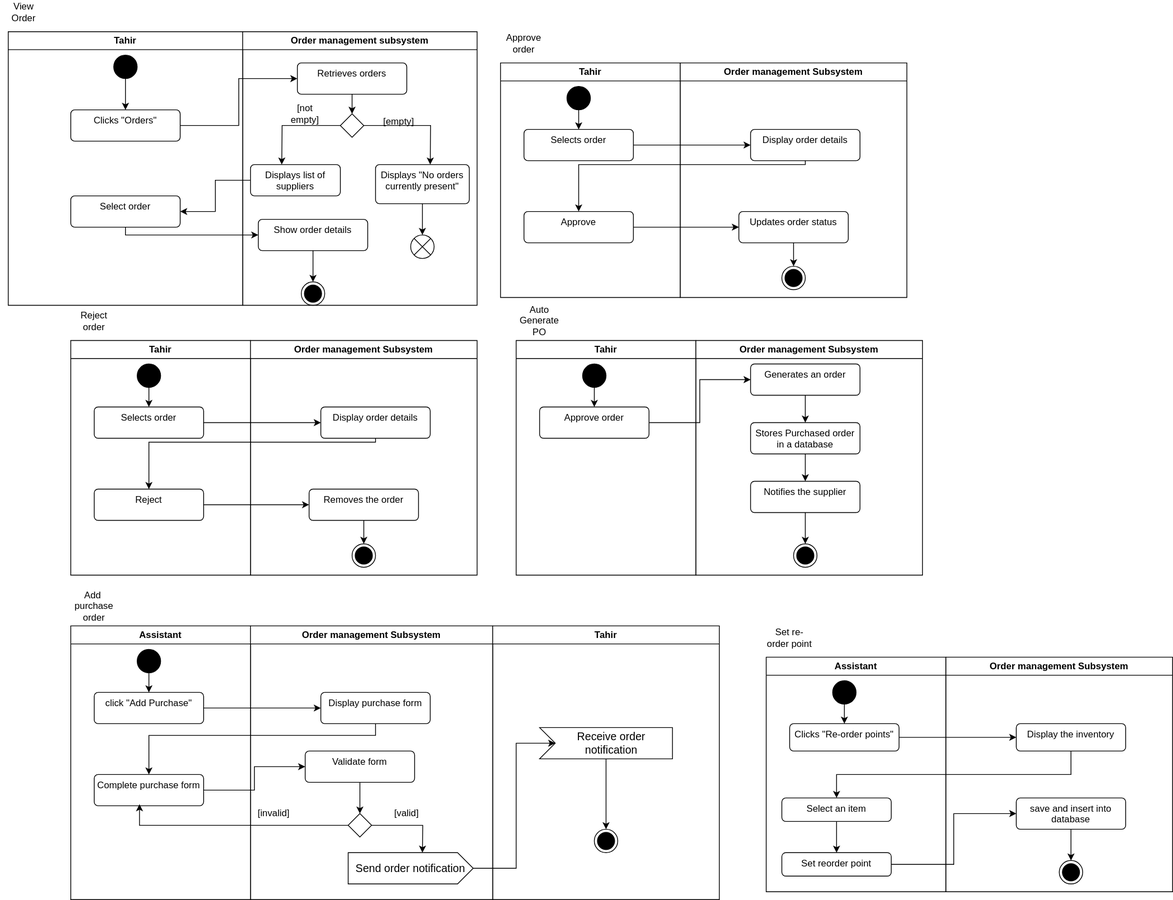
The draw.io diagram order_act.svg in Simamkele88/IFM3_GP, before a commit. Source tidied: cells renumbered, new cells last; positions are measured from the earlier drawing's top-left corner, leaving out a move shared by most shapes.
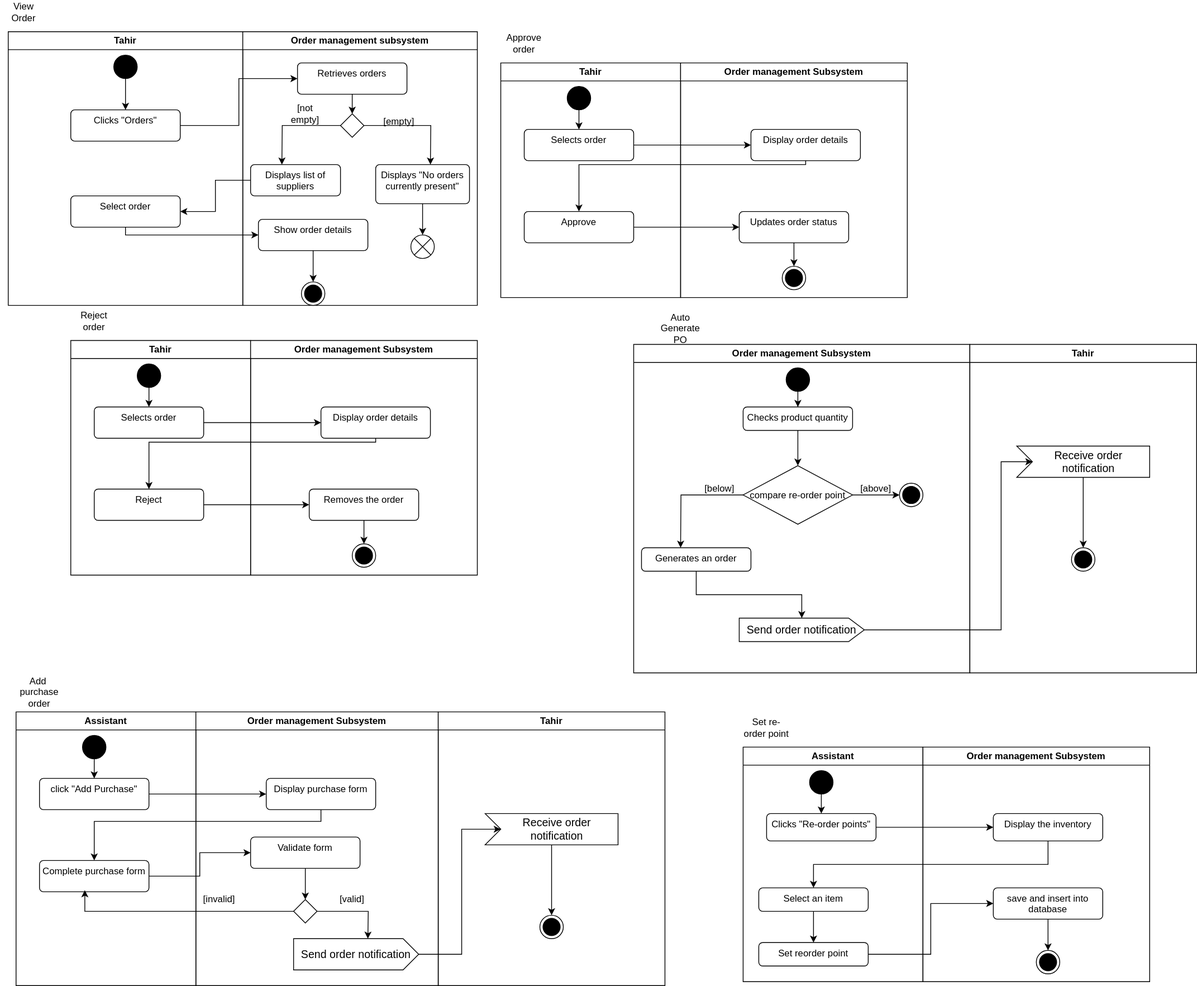
The same file after the commit.

The edit, as a diff of the source:
```diff
@@ -96,50 +96,55 @@
     <mxCell id="29" value="Reject order" style="text;html=1;align=center;verticalAlign=middle;whiteSpace=wrap;rounded=0;" parent="1" vertex="1">
       <mxGeometry x="90" y="395" width="60" height="30" as="geometry" />
     </mxCell>
-    <mxCell id="30" value="Tahir" style="swimlane;whiteSpace=wrap;html=1;" parent="1" vertex="1">
-      <mxGeometry x="660" y="435" width="230" height="300" as="geometry" />
-    </mxCell>
-    <mxCell id="31" style="edgeStyle=orthogonalEdgeStyle;rounded=0;jettySize=auto;html=1;" parent="30" edge="1" source="32" target="33">
-      <mxGeometry relative="1" as="geometry" />
-    </mxCell>
-    <mxCell id="32" style="ellipse;fillColor=strokeColor;html=1;" parent="30" vertex="1">
-      <mxGeometry x="85" y="30" width="30" height="30" as="geometry" />
-    </mxCell>
-    <mxCell id="33" value="Approve order" style="html=1;align=center;verticalAlign=top;rounded=1;absoluteArcSize=1;arcSize=10;dashed=0;whiteSpace=wrap;" parent="30" vertex="1">
-      <mxGeometry x="30" y="85" width="140" height="40" as="geometry" />
-    </mxCell>
     <mxCell id="34" value="Order management Subsystem" style="swimlane;whiteSpace=wrap;html=1;" parent="1" vertex="1">
-      <mxGeometry x="890" y="435" width="290" height="300" as="geometry" />
+      <mxGeometry x="810" y="440" width="430" height="420" as="geometry" />
     </mxCell>
-    <mxCell id="35" style="edgeStyle=orthogonalEdgeStyle;rounded=0;jettySize=auto;html=1;entryX=0.5;entryY=0;entryDx=0;entryDy=0;" parent="34" edge="1" source="36" target="38">
-      <mxGeometry relative="1" as="geometry" />
-    </mxCell>
+    <mxCell id="108" style="edgeStyle=orthogonalEdgeStyle;rounded=0;jettySize=auto;html=1;" parent="34" edge="1" source="36" target="119">
+      <mxGeometry relative="1" as="geometry" />
+    </mxCell>
     <mxCell id="36" value="Generates an order" style="html=1;align=center;verticalAlign=top;rounded=1;absoluteArcSize=1;arcSize=10;dashed=0;whiteSpace=wrap;" parent="34" vertex="1">
-      <mxGeometry x="70" y="30" width="140" height="40" as="geometry" />
+      <mxGeometry x="10" y="260" width="140" height="30" as="geometry" />
     </mxCell>
-    <mxCell id="37" style="edgeStyle=orthogonalEdgeStyle;rounded=0;jettySize=auto;html=1;" parent="34" edge="1" source="38" target="40">
-      <mxGeometry relative="1" as="geometry" />
-    </mxCell>
-    <mxCell id="38" value="Stores Purchased order in a database&lt;span style=&quot;color: rgba(0, 0, 0, 0); font-family: monospace; font-size: 0px; text-align: start; text-wrap-mode: nowrap;&quot;&gt;%3CmxGraphModel%3E%3Croot%3E%3CmxCell%20id%3D%220%22%2F%3E%3CmxCell%20id%3D%221%22%20parent%3D%220%22%2F%3E%3CmxCell%20id%3D%222%22%20value%3D%22Approve%20order%22%20style%3D%22html%3D1%3Balign%3Dcenter%3BverticalAlign%3Dtop%3Brounded%3D1%3BabsoluteArcSize%3D1%3BarcSize%3D10%3Bdashed%3D0%3BwhiteSpace%3Dwrap%3B%22%20vertex%3D%221%22%20parent%3D%221%22%3E%3CmxGeometry%20x%3D%2280%22%20y%3D%221325%22%20width%3D%22140%22%20height%3D%2240%22%20as%3D%22geometry%22%2F%3E%3C%2FmxCell%3E%3C%2Froot%3E%3C%2FmxGraphModel%3E&lt;/span&gt;" style="html=1;align=center;verticalAlign=top;rounded=1;absoluteArcSize=1;arcSize=10;dashed=0;whiteSpace=wrap;" parent="34" vertex="1">
-      <mxGeometry x="70" y="105" width="140" height="40" as="geometry" />
-    </mxCell>
-    <mxCell id="39" style="edgeStyle=orthogonalEdgeStyle;rounded=0;jettySize=auto;html=1;" parent="34" edge="1" source="40" target="41">
-      <mxGeometry relative="1" as="geometry" />
-    </mxCell>
-    <mxCell id="40" value="Notifies the supplier" style="html=1;align=center;verticalAlign=top;rounded=1;absoluteArcSize=1;arcSize=10;dashed=0;whiteSpace=wrap;" parent="34" vertex="1">
-      <mxGeometry x="70" y="180" width="140" height="40" as="geometry" />
-    </mxCell>
-    <mxCell id="41" style="ellipse;html=1;shape=endState;fillColor=strokeColor;" parent="34" vertex="1">
-      <mxGeometry x="125" y="260" width="30" height="30" as="geometry" />
-    </mxCell>
+    <mxCell id="109" style="edgeStyle=orthogonalEdgeStyle;rounded=0;jettySize=auto;html=1;" parent="34" edge="1" source="110" target="115">
+      <mxGeometry relative="1" as="geometry" />
+    </mxCell>
+    <mxCell id="110" value="Checks product quantity" style="html=1;align=center;verticalAlign=top;rounded=1;absoluteArcSize=1;arcSize=10;dashed=0;whiteSpace=wrap;" parent="34" vertex="1">
+      <mxGeometry x="140" y="80" width="140" height="30" as="geometry" />
+    </mxCell>
+    <mxCell id="111" style="edgeStyle=orthogonalEdgeStyle;rounded=0;jettySize=auto;html=1;" parent="34" edge="1" source="112" target="110">
+      <mxGeometry relative="1" as="geometry" />
+    </mxCell>
+    <mxCell id="112" style="ellipse;fillColor=strokeColor;html=1;" parent="34" vertex="1">
+      <mxGeometry x="195" y="30" width="30" height="30" as="geometry" />
+    </mxCell>
+    <mxCell id="113" style="edgeStyle=orthogonalEdgeStyle;rounded=0;jettySize=auto;html=1;" parent="34" edge="1" source="115" target="116">
+      <mxGeometry relative="1" as="geometry" />
+    </mxCell>
+    <mxCell id="114" style="edgeStyle=orthogonalEdgeStyle;rounded=0;jettySize=auto;html=1;" parent="34" edge="1" source="115">
+      <mxGeometry relative="1" as="geometry">
+        <mxPoint x="60" y="260" as="targetPoint" />
+      </mxGeometry>
+    </mxCell>
+    <mxCell id="115" value="compare re-order point" style="rhombus;" parent="34" vertex="1">
+      <mxGeometry x="140" y="155" width="140" height="75" as="geometry" />
+    </mxCell>
+    <mxCell id="116" style="ellipse;html=1;shape=endState;fillColor=strokeColor;" parent="34" vertex="1">
+      <mxGeometry x="340" y="177.5" width="30" height="30" as="geometry" />
+    </mxCell>
+    <mxCell id="117" value="[above]" style="text;html=1;align=center;verticalAlign=middle;whiteSpace=wrap;rounded=0;" parent="34" vertex="1">
+      <mxGeometry x="280" y="170" width="60" height="30" as="geometry" />
+    </mxCell>
+    <mxCell id="118" value="[below]" style="text;html=1;align=center;verticalAlign=middle;whiteSpace=wrap;rounded=0;" parent="34" vertex="1">
+      <mxGeometry x="80" y="170" width="60" height="30" as="geometry" />
+    </mxCell>
+    <mxCell id="119" value="Send order notification" style="html=1;shape=mxgraph.infographic.ribbonSimple;notch1=0;notch2=20;align=center;verticalAlign=middle;fontSize=14;fontStyle=0;fillColor=#FFFFFF;whiteSpace=wrap;" parent="34" vertex="1">
+      <mxGeometry x="135" y="350" width="160" height="30" as="geometry" />
+    </mxCell>
     <mxCell id="42" value="Auto Generate PO" style="text;html=1;align=center;verticalAlign=middle;whiteSpace=wrap;rounded=0;" parent="1" vertex="1">
-      <mxGeometry x="660" y="395" width="60" height="30" as="geometry" />
+      <mxGeometry x="840" y="405" width="60" height="30" as="geometry" />
     </mxCell>
-    <mxCell id="43" style="edgeStyle=orthogonalEdgeStyle;rounded=0;jettySize=auto;html=1;entryX=0;entryY=0.5;entryDx=0;entryDy=0;" parent="1" edge="1" source="33" target="36">
-      <mxGeometry relative="1" as="geometry" />
-    </mxCell>
     <mxCell id="44" value="Assistant" style="swimlane;whiteSpace=wrap;html=1;" parent="1" vertex="1">
-      <mxGeometry x="90" y="800" width="230" height="350" as="geometry" />
+      <mxGeometry x="20" y="910" width="230" height="350" as="geometry" />
     </mxCell>
     <mxCell id="45" style="edgeStyle=orthogonalEdgeStyle;rounded=0;jettySize=auto;html=1;" parent="44" edge="1" source="46" target="47">
       <mxGeometry relative="1" as="geometry" />
@@ -154,7 +159,7 @@
       <mxGeometry x="30" y="190" width="140" height="40" as="geometry" />
     </mxCell>
     <mxCell id="49" value="Order management Subsystem" style="swimlane;whiteSpace=wrap;html=1;" parent="1" vertex="1">
-      <mxGeometry x="320" y="800" width="310" height="350" as="geometry" />
+      <mxGeometry x="250" y="910" width="310" height="350" as="geometry" />
     </mxCell>
     <mxCell id="50" value="Display purchase form" style="html=1;align=center;verticalAlign=top;rounded=1;absoluteArcSize=1;arcSize=10;dashed=0;whiteSpace=wrap;" parent="49" vertex="1">
       <mxGeometry x="90" y="85" width="140" height="40" as="geometry" />
@@ -188,16 +193,16 @@
     <mxCell id="59" style="edgeStyle=orthogonalEdgeStyle;rounded=0;jettySize=auto;html=1;entryX=0.5;entryY=0;entryDx=0;entryDy=0;" parent="1" edge="1" source="50" target="48">
       <mxGeometry relative="1" as="geometry">
         <Array as="points">
-          <mxPoint x="480" y="940" />
-          <mxPoint x="190" y="940" />
+          <mxPoint x="410" y="1050" />
+          <mxPoint x="120" y="1050" />
         </Array>
       </mxGeometry>
     </mxCell>
     <mxCell id="60" value="Add&amp;nbsp; purchase order" style="text;html=1;align=center;verticalAlign=middle;whiteSpace=wrap;rounded=0;" parent="1" vertex="1">
-      <mxGeometry x="90" y="760" width="60" height="30" as="geometry" />
+      <mxGeometry x="20" y="870" width="60" height="30" as="geometry" />
     </mxCell>
     <mxCell id="61" value="Assistant" style="swimlane;whiteSpace=wrap;html=1;startSize=23;" parent="1" vertex="1">
-      <mxGeometry x="980" y="840" width="230" height="300" as="geometry" />
+      <mxGeometry x="950" y="955" width="230" height="300" as="geometry" />
     </mxCell>
     <mxCell id="62" style="edgeStyle=orthogonalEdgeStyle;rounded=0;jettySize=auto;html=1;" parent="61" edge="1" source="63" target="64">
       <mxGeometry relative="1" as="geometry" />
@@ -218,7 +223,7 @@
       <mxGeometry x="20" y="250" width="140" height="30" as="geometry" />
     </mxCell>
     <mxCell id="68" value="Order management Subsystem" style="swimlane;whiteSpace=wrap;html=1;" parent="1" vertex="1">
-      <mxGeometry x="1210" y="840" width="290" height="300" as="geometry" />
+      <mxGeometry x="1180" y="955" width="290" height="300" as="geometry" />
     </mxCell>
     <mxCell id="69" style="ellipse;html=1;shape=endState;fillColor=strokeColor;" parent="68" vertex="1">
       <mxGeometry x="145" y="260" width="30" height="30" as="geometry" />
@@ -236,7 +241,7 @@
       <mxGeometry relative="1" as="geometry" />
     </mxCell>
     <mxCell id="74" value="Set re-order point" style="text;html=1;align=center;verticalAlign=middle;whiteSpace=wrap;rounded=0;" parent="1" vertex="1">
-      <mxGeometry x="980" y="800" width="60" height="30" as="geometry" />
+      <mxGeometry x="950" y="915" width="60" height="30" as="geometry" />
     </mxCell>
     <mxCell id="75" style="edgeStyle=orthogonalEdgeStyle;rounded=0;jettySize=auto;html=1;entryX=0;entryY=0.5;entryDx=0;entryDy=0;" parent="1" edge="1" source="48" target="54">
       <mxGeometry relative="1" as="geometry" />
@@ -245,7 +250,7 @@
       <mxGeometry relative="1" as="geometry" />
     </mxCell>
     <mxCell id="77" value="Tahir" style="swimlane;whiteSpace=wrap;html=1;" parent="1" vertex="1">
-      <mxGeometry x="630" y="800" width="290" height="350" as="geometry" />
+      <mxGeometry x="560" y="910" width="290" height="350" as="geometry" />
     </mxCell>
     <mxCell id="78" style="ellipse;html=1;shape=endState;fillColor=strokeColor;" parent="77" vertex="1">
       <mxGeometry x="130" y="260" width="30" height="30" as="geometry" />
@@ -259,16 +264,16 @@
     <mxCell id="81" style="edgeStyle=orthogonalEdgeStyle;rounded=0;jettySize=auto;html=1;entryX=0;entryY=0;entryDx=20;entryDy=20;entryPerimeter=0;" parent="1" edge="1" source="55" target="80">
       <mxGeometry relative="1" as="geometry">
         <Array as="points">
-          <mxPoint x="660" y="1110" />
-          <mxPoint x="660" y="950" />
+          <mxPoint x="590" y="1220" />
+          <mxPoint x="590" y="1060" />
         </Array>
       </mxGeometry>
     </mxCell>
     <mxCell id="82" style="edgeStyle=orthogonalEdgeStyle;rounded=0;jettySize=auto;html=1;" parent="1" edge="1" source="70" target="66">
       <mxGeometry relative="1" as="geometry">
         <Array as="points">
-          <mxPoint x="1370" y="990" />
-          <mxPoint x="1070" y="990" />
+          <mxPoint x="1340" y="1105" />
+          <mxPoint x="1040" y="1105" />
         </Array>
       </mxGeometry>
     </mxCell>
@@ -355,5 +360,25 @@
     <mxCell id="107" value="View Order" style="text;html=1;align=center;verticalAlign=middle;whiteSpace=wrap;rounded=0;" parent="1" vertex="1">
       <mxGeometry width="60" height="30" as="geometry" />
     </mxCell>
+    <mxCell id="30" value="Tahir" style="swimlane;whiteSpace=wrap;html=1;" parent="1" vertex="1">
+      <mxGeometry x="1240" y="440" width="290" height="420" as="geometry" />
+    </mxCell>
+    <mxCell id="120" style="ellipse;html=1;shape=endState;fillColor=strokeColor;" parent="30" vertex="1">
+      <mxGeometry x="130" y="260" width="30" height="30" as="geometry" />
+    </mxCell>
+    <mxCell id="121" style="edgeStyle=orthogonalEdgeStyle;rounded=0;jettySize=auto;html=1;" parent="30" edge="1" source="122" target="120">
+      <mxGeometry relative="1" as="geometry" />
+    </mxCell>
+    <mxCell id="122" value="Receive order notification" style="html=1;shape=mxgraph.infographic.ribbonSimple;notch1=20;notch2=0;align=center;verticalAlign=middle;fontSize=14;fontStyle=0;fillColor=#FFFFFF;flipH=0;spacingRight=0;spacingLeft=14;whiteSpace=wrap;" parent="30" vertex="1">
+      <mxGeometry x="60" y="130" width="170" height="40" as="geometry" />
+    </mxCell>
+    <mxCell id="123" style="edgeStyle=orthogonalEdgeStyle;rounded=0;jettySize=auto;html=1;entryX=0;entryY=0;entryDx=20;entryDy=20;entryPerimeter=0;" parent="1" edge="1" source="119" target="122">
+      <mxGeometry relative="1" as="geometry">
+        <Array as="points">
+          <mxPoint x="1280" y="805" />
+          <mxPoint x="1280" y="590" />
+        </Array>
+      </mxGeometry>
+    </mxCell>
   </root>
 </mxGraphModel>
```
